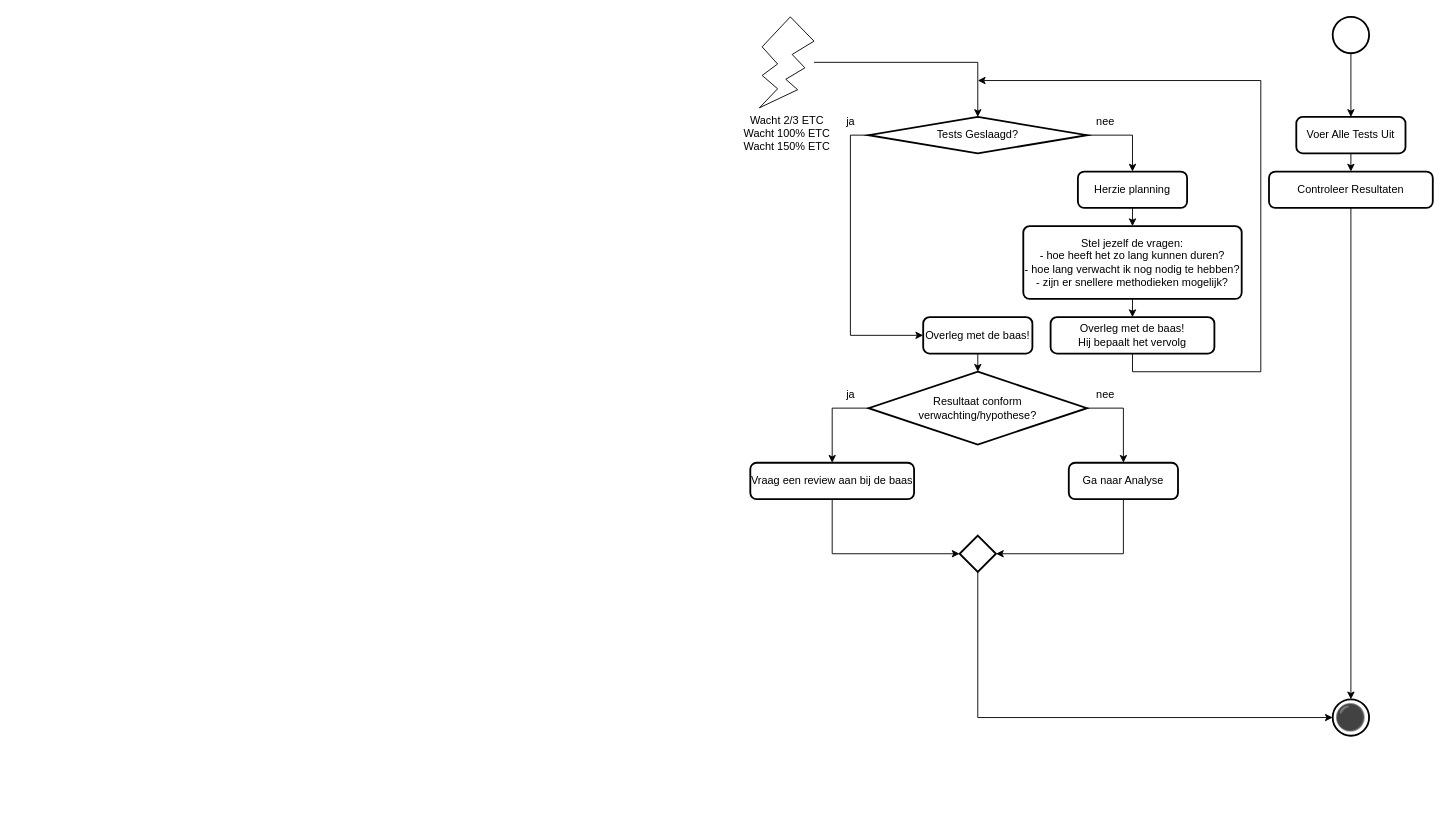
Above: 5 Issue Tracker test.drawio in Zaibatsu89/IssueTracker (draw.io), before the change. Source tidied: cells renumbered, new cells numbered last; positions are measured from the earlier drawing's top-left corner, leaving out a move shared by most shapes. Both pictures are drawn from the tidied source at 91%, with x=0, y=0 at pixel (750, 16).
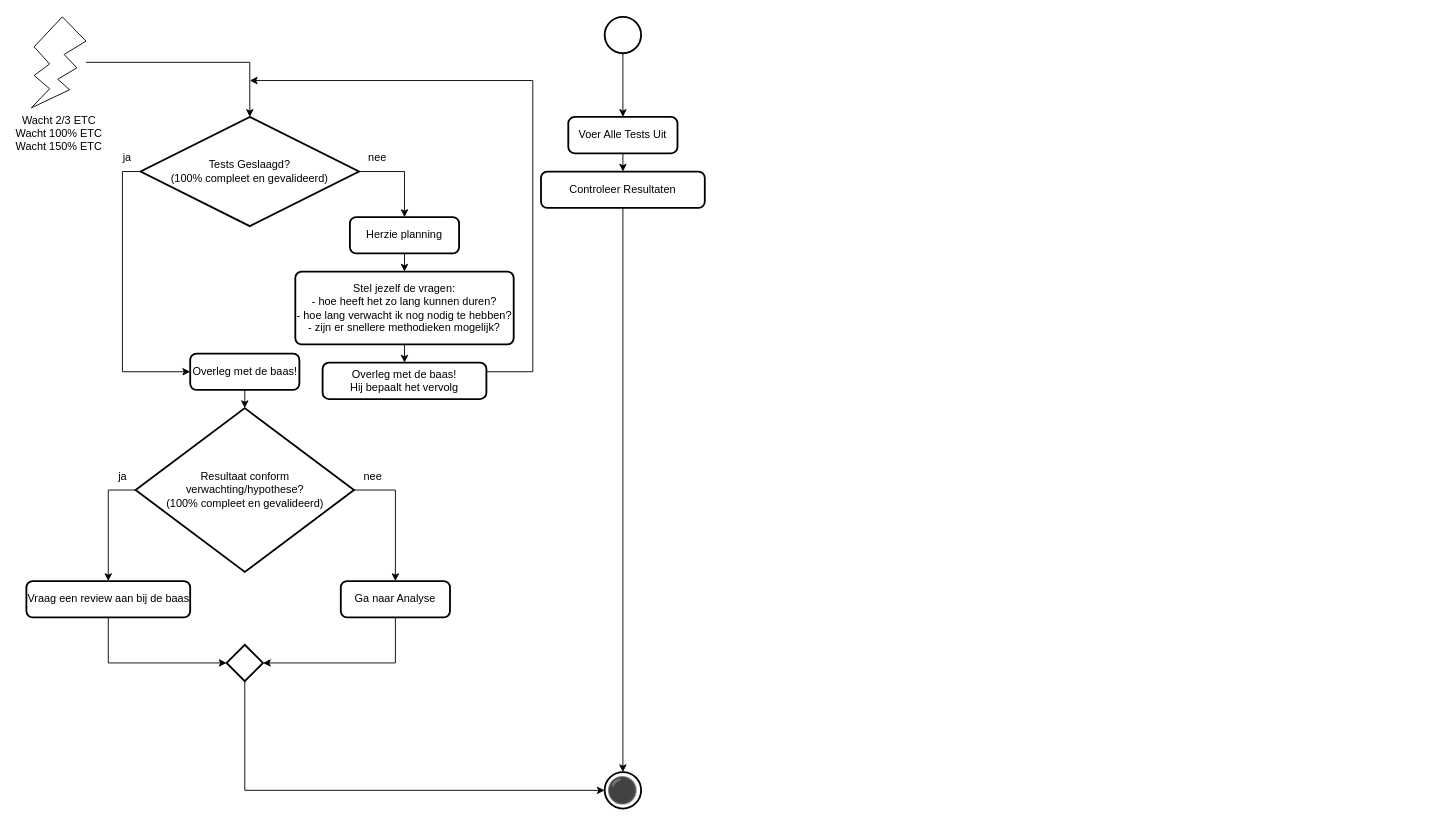
After the change.

Change to the diagram source:
```diff
@@
     <mxCell id="2" style="strokeWidth=2;html=1;shape=mxgraph.flowchart.start_2;whiteSpace=wrap;" parent="1" vertex="1">
-      <mxGeometry x="640" width="40" height="40" as="geometry" />
+      <mxGeometry x="-160" width="40" height="40" as="geometry" />
     </mxCell>
@@
     <mxCell id="4" value="Voer Alle Tests Uit" style="rounded=1;whiteSpace=wrap;html=1;absoluteArcSize=1;arcSize=14;strokeWidth=2;" parent="1" vertex="1">
-      <mxGeometry x="600" y="110" width="120" height="40" as="geometry" />
+      <mxGeometry x="-200" y="110" width="120" height="40" as="geometry" />
     </mxCell>
     <mxCell id="5" value="Controleer Resultaten" style="rounded=1;whiteSpace=wrap;html=1;absoluteArcSize=1;arcSize=14;strokeWidth=2;" parent="1" vertex="1">
-      <mxGeometry x="570" y="170" width="180" height="40" as="geometry" />
+      <mxGeometry x="-230" y="170" width="180" height="40" as="geometry" />
     </mxCell>
@@
-    <mxCell id="8" value="Tests Geslaagd?" style="strokeWidth=2;html=1;shape=mxgraph.flowchart.decision;whiteSpace=wrap;" parent="1" vertex="1">
-      <mxGeometry x="130" y="110" width="240" height="40" as="geometry" />
+    <mxCell id="8" value="Tests Geslaagd?&lt;div&gt;(100% compleet en gevalideerd)&lt;/div&gt;" style="strokeWidth=2;html=1;shape=mxgraph.flowchart.decision;whiteSpace=wrap;" parent="1" vertex="1">
+      <mxGeometry x="-670" y="110" width="240" height="120" as="geometry" />
     </mxCell>
     <mxCell id="9" value="Vraag een review aan bij de baas" style="rounded=1;whiteSpace=wrap;html=1;absoluteArcSize=1;arcSize=14;strokeWidth=2;" parent="1" vertex="1">
-      <mxGeometry y="490" width="180" height="40" as="geometry" />
+      <mxGeometry x="-795.5" y="620" width="180" height="40" as="geometry" />
     </mxCell>
     <mxCell id="10" value="Ga naar Analyse" style="rounded=1;whiteSpace=wrap;html=1;absoluteArcSize=1;arcSize=14;strokeWidth=2;" parent="1" vertex="1">
-      <mxGeometry x="350" y="490" width="120" height="40" as="geometry" />
+      <mxGeometry x="-450" y="620" width="120" height="40" as="geometry" />
     </mxCell>
     <mxCell id="11" value="ja" style="text;html=1;align=center;verticalAlign=middle;strokeColor=none;fillColor=none;" parent="1" vertex="1">
-      <mxGeometry x="95" y="100" width="30" height="30" as="geometry" />
+      <mxGeometry x="-700" y="140" width="30" height="30" as="geometry" />
     </mxCell>
     <mxCell id="12" value="nee" style="text;html=1;align=center;verticalAlign=middle;strokeColor=none;fillColor=none;" parent="1" vertex="1">
-      <mxGeometry x="370" y="100" width="40" height="30" as="geometry" />
+      <mxGeometry x="-430" y="140" width="40" height="30" as="geometry" />
     </mxCell>
     <mxCell id="13" value="Overleg met de baas!" style="rounded=1;whiteSpace=wrap;html=1;absoluteArcSize=1;arcSize=14;strokeWidth=2;" parent="1" vertex="1">
-      <mxGeometry x="190" y="330" width="120" height="40" as="geometry" />
+      <mxGeometry x="-615.5" y="370" width="120" height="40" as="geometry" />
     </mxCell>
@@
-    <mxCell id="16" value="Resultaat conform&lt;br&gt;verwachting/hypothese?" style="strokeWidth=2;html=1;shape=mxgraph.flowchart.decision;whiteSpace=wrap;" parent="1" vertex="1">
-      <mxGeometry x="130" y="390" width="240" height="80" as="geometry" />
+    <mxCell id="16" value="Resultaat conform&lt;br&gt;verwachting/hypothese?&lt;div&gt;(100% compleet en gevalideerd)&lt;/div&gt;" style="strokeWidth=2;html=1;shape=mxgraph.flowchart.decision;whiteSpace=wrap;" parent="1" vertex="1">
+      <mxGeometry x="-675.5" y="430" width="240" height="180" as="geometry" />
     </mxCell>
     <mxCell id="17" value="ja" style="text;html=1;align=center;verticalAlign=middle;strokeColor=none;fillColor=none;" parent="1" vertex="1">
-      <mxGeometry x="95" y="400" width="30" height="30" as="geometry" />
+      <mxGeometry x="-705.5" y="490" width="30" height="30" as="geometry" />
     </mxCell>
     <mxCell id="18" value="nee" style="text;html=1;align=center;verticalAlign=middle;strokeColor=none;fillColor=none;" parent="1" vertex="1">
-      <mxGeometry x="370" y="400" width="40" height="30" as="geometry" />
+      <mxGeometry x="-435.5" y="490" width="40" height="30" as="geometry" />
     </mxCell>
@@
     <mxCell id="22" value="Herzie planning" style="rounded=1;whiteSpace=wrap;html=1;absoluteArcSize=1;arcSize=14;strokeWidth=2;" parent="1" vertex="1">
-      <mxGeometry x="360" y="170" width="120" height="40" as="geometry" />
+      <mxGeometry x="-440" y="220" width="120" height="40" as="geometry" />
     </mxCell>
-    <mxCell id="23" style="edgeStyle=orthogonalEdgeStyle;rounded=0;jettySize=auto;html=1;exitX=0.5;exitY=1;exitDx=0;exitDy=0;entryX=0.5;entryY=0;entryDx=0;entryDy=0;" parent="1" edge="1" source="24" target="26">
-      <mxGeometry relative="1" as="geometry" />
+    <mxCell id="23" style="edgeStyle=orthogonalEdgeStyle;rounded=0;orthogonalLoop=1;jettySize=auto;html=1;exitX=0.5;exitY=1;exitDx=0;exitDy=0;entryX=0.5;entryY=0;entryDx=0;entryDy=0;" parent="1" edge="1">
+      <mxGeometry relative="1" as="geometry">
+        <mxPoint x="-385.5" y="400" as="sourcePoint" />
+        <mxPoint x="-385.5" y="420" as="targetPoint" />
+      </mxGeometry>
     </mxCell>
+    <mxCell id="35" style="edgeStyle=orthogonalEdgeStyle;rounded=0;jettySize=auto;html=1;exitX=0.5;exitY=1;exitDx=0;exitDy=0;entryX=0.5;entryY=0;entryDx=0;entryDy=0;" parent="1" edge="1" source="24" target="26">
+      <mxGeometry relative="1" as="geometry" />
+    </mxCell>
     <mxCell id="24" value="Stel jezelf de vragen:&lt;div&gt;- hoe heeft het zo lang kunnen duren?&lt;/div&gt;&lt;div&gt;- hoe lang verwacht ik nog nodig te hebben?&lt;/div&gt;&lt;div&gt;- zijn er snellere methodieken mogelijk?&lt;/div&gt;" style="rounded=1;whiteSpace=wrap;html=1;absoluteArcSize=1;arcSize=14;strokeWidth=2;" parent="1" vertex="1">
-      <mxGeometry x="300" y="230" width="240" height="80" as="geometry" />
+      <mxGeometry x="-500" y="280" width="240" height="80" as="geometry" />
     </mxCell>
     <mxCell id="25" style="edgeStyle=orthogonalEdgeStyle;rounded=0;jettySize=auto;html=1;exitX=0.5;exitY=1;exitDx=0;exitDy=0;" parent="1" edge="1" source="26">
       <mxGeometry relative="1" as="geometry">
-        <mxPoint x="250" y="70" as="targetPoint" />
+        <mxPoint x="-550" y="70" as="targetPoint" />
         <Array as="points">
-          <mxPoint x="420" y="390" />
-          <mxPoint x="561" y="390" />
+          <mxPoint x="-380" y="390" />
+          <mxPoint x="-239" y="390" />
         </Array>
       </mxGeometry>
     </mxCell>
     <mxCell id="26" value="Overleg met de baas!&lt;br&gt;Hij bepaalt het vervolg" style="rounded=1;whiteSpace=wrap;html=1;absoluteArcSize=1;arcSize=14;strokeWidth=2;" parent="1" vertex="1">
-      <mxGeometry x="330" y="330" width="180" height="40" as="geometry" />
+      <mxGeometry x="-470" y="380" width="180" height="40" as="geometry" />
     </mxCell>
     <mxCell id="27" value="⚫" style="strokeWidth=2;html=1;shape=mxgraph.flowchart.start_2;whiteSpace=wrap;fontSize=28;" parent="1" vertex="1">
-      <mxGeometry x="640" y="750" width="40" height="40" as="geometry" />
+      <mxGeometry x="-160" y="830" width="40" height="40" as="geometry" />
     </mxCell>
@@
     <mxCell id="29" style="strokeWidth=2;html=1;shape=mxgraph.flowchart.decision;whiteSpace=wrap;" parent="1" vertex="1">
-      <mxGeometry x="230" y="570" width="40" height="40" as="geometry" />
+      <mxGeometry x="-575.5" y="690" width="40" height="40" as="geometry" />
     </mxCell>
-    <mxCell id="30" style="edgeStyle=orthogonalEdgeStyle;rounded=0;jettySize=auto;html=1;exitX=0.5;exitY=1;exitDx=0;exitDy=0;entryX=1;entryY=0.5;entryDx=0;entryDy=0;entryPerimeter=0;" parent="1" edge="1" source="10" target="29">
-      <mxGeometry relative="1" as="geometry" />
-    </mxCell>
-    <mxCell id="31" style="edgeStyle=orthogonalEdgeStyle;rounded=0;jettySize=auto;html=1;exitX=0.5;exitY=1;exitDx=0;exitDy=0;entryX=0;entryY=0.5;entryDx=0;entryDy=0;entryPerimeter=0;" parent="1" edge="1" source="9" target="29">
-      <mxGeometry relative="1" as="geometry" />
-    </mxCell>
@@
     <mxCell id="33" value="Wacht 2/3 ETC&lt;br&gt;Wacht 100% ETC&lt;br&gt;Wacht 150% ETC" style="verticalLabelPosition=bottom;verticalAlign=top;html=1;shape=mxgraph.basic.flash;" parent="1" vertex="1">
-      <mxGeometry x="10" width="60" height="100" as="geometry" />
+      <mxGeometry x="-790" width="60" height="100" as="geometry" />
     </mxCell>
@@
+    <mxCell id="30" style="edgeStyle=orthogonalEdgeStyle;rounded=0;jettySize=auto;html=1;exitX=0.5;exitY=1;exitDx=0;exitDy=0;entryX=1;entryY=0.5;entryDx=0;entryDy=0;entryPerimeter=0;" parent="1" edge="1" source="10" target="29">
+      <mxGeometry relative="1" as="geometry" />
+    </mxCell>
+    <mxCell id="31" style="edgeStyle=orthogonalEdgeStyle;rounded=0;jettySize=auto;html=1;exitX=0.5;exitY=1;exitDx=0;exitDy=0;entryX=0;entryY=0.5;entryDx=0;entryDy=0;entryPerimeter=0;" parent="1" edge="1" source="9" target="29">
+      <mxGeometry relative="1" as="geometry" />
+    </mxCell>
```
